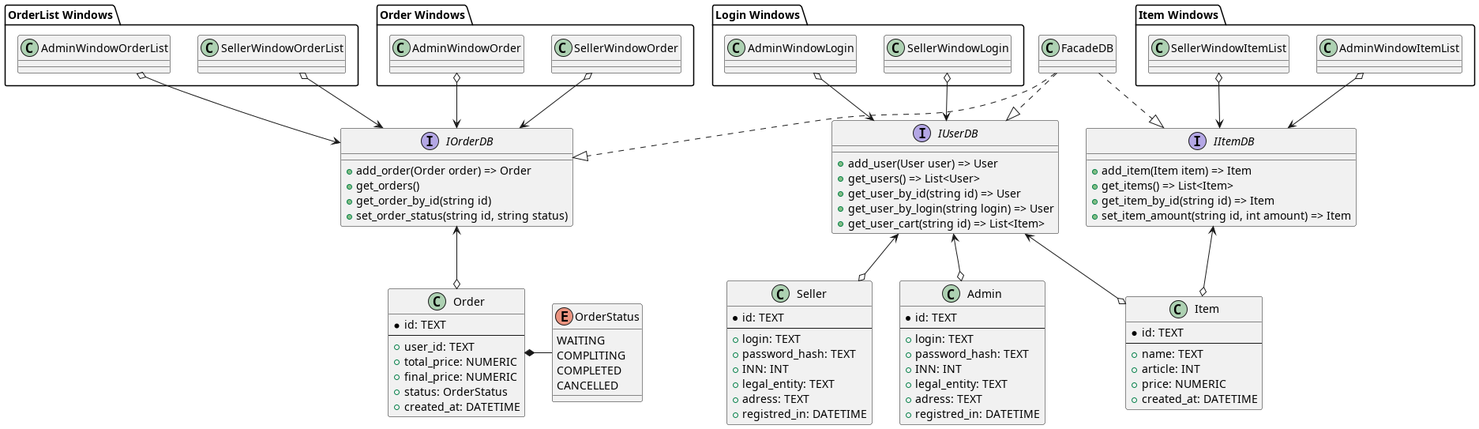
This is uml-диаграммы/out/Диаграмма классов/Диаграмма_классов_better/Диаграмма классов.png from BombasticFantastik/PIS_Course_work, a PlantUML export, as it was before one commit.
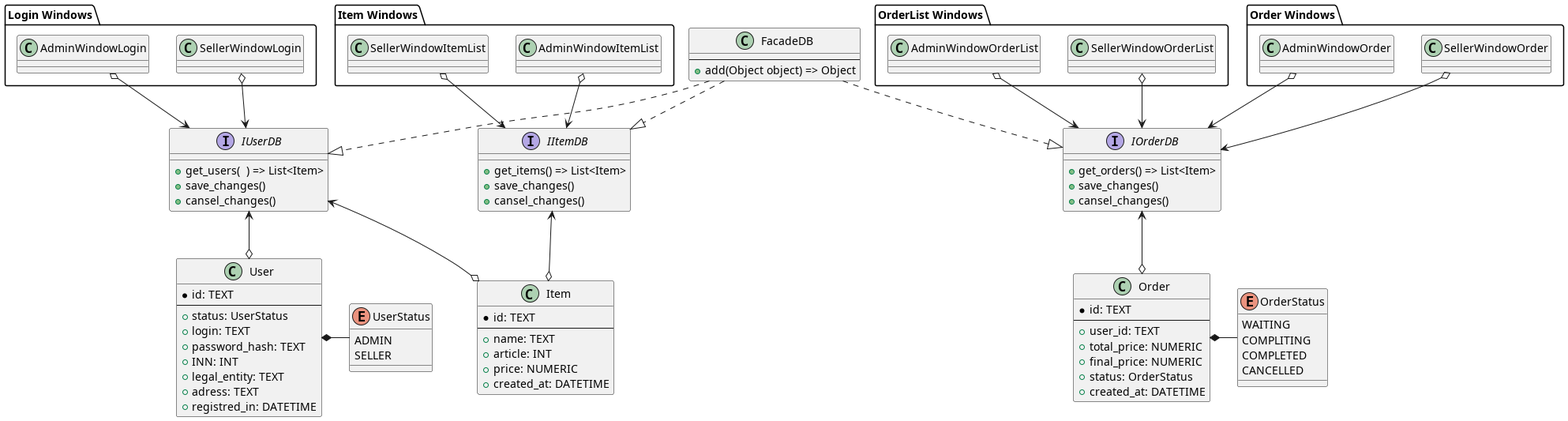
After the change.

What changed in the source:
```diff
@@ -1,42 +1,48 @@
 @startuml Диаграмма классов
 
-class FacadeDB
+class FacadeDB{
+  --
+  + add(Object object) => Object
+}
 
 interface IUserDB {
-  + add_user(User user) => User
-  + get_users() => List<User>
-  + get_user_by_id(string id) => User
-  + get_user_by_login(string login) => User
-  + get_user_cart(string id) => List<Item>
+  + get_users(  ) => List<Item>
+  + save_сhanges()
+  + cansel_сhanges()
 }
 
 interface IItemDB {
-  + add_item(Item item) => Item
+
   + get_items() => List<Item>
-  + get_item_by_id(string id) => Item
-  + set_item_amount(string id, int amount) => Item
+  + save_сhanges()
+  + cansel_сhanges()
 }
 
 interface IOrderDB {
-  + add_order(Order order) => Order
-  + get_orders()
-  + get_order_by_id(string id)
-  + set_order_status(string id, string status)
+
+  + get_orders() => List<Item>
+  + save_сhanges()
+  + cansel_сhanges()
+
 }
 
 FacadeDB ..|> IUserDB
 FacadeDB ..|> IItemDB
 FacadeDB ..|> IOrderDB
 
-IUserDB <--o Admin
-IUserDB <--o Seller
+IUserDB <--o User
+
 IUserDB <--o Item
 IItemDB <--o Item
 IOrderDB <--o Order
 
-class Admin {
+
+
+
+class User {
   * id: TEXT
   --
+  + status: UserStatus
   + login: TEXT
   + password_hash: TEXT
   + INN: INT
@@ -45,17 +51,12 @@
   + registred_in: DATETIME
 }
 
+enum UserStatus {
+  ADMIN
+  SELLER
+}
 
-class Seller {
-  * id: TEXT
-  --
-  + login: TEXT
-  + password_hash: TEXT
-  + INN: INT
-  + legal_entity: TEXT
-  + adress: TEXT
-  + registred_in: DATETIME
-}
+User *- UserStatus
 
 
 
```
